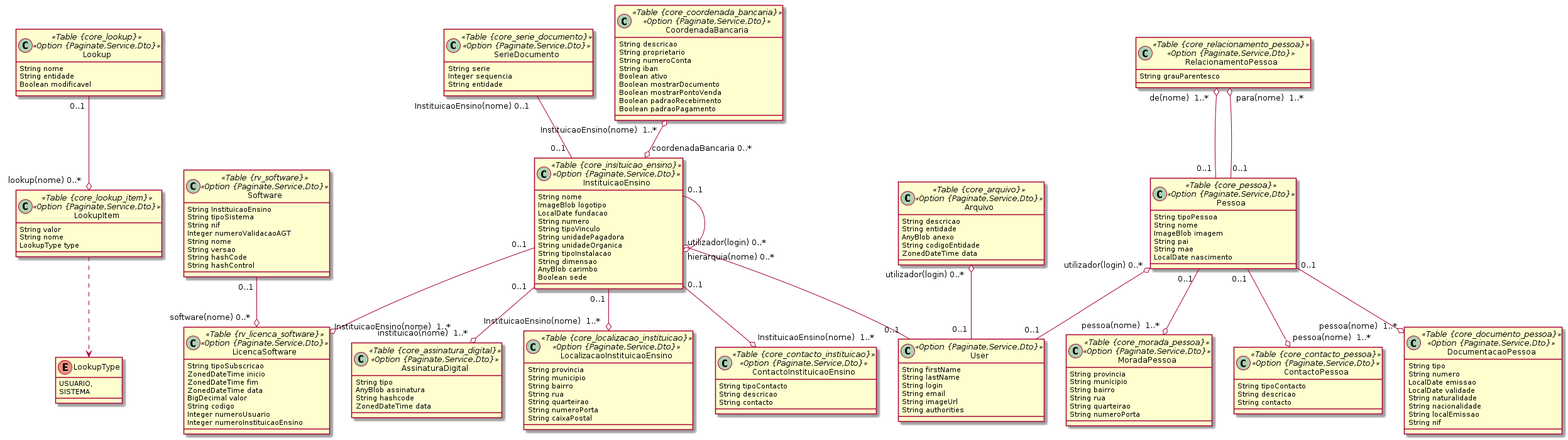
This is domain-ensino/1core.png from ravunana/manda-ensino, a PlantUML export, as it was before one commit.
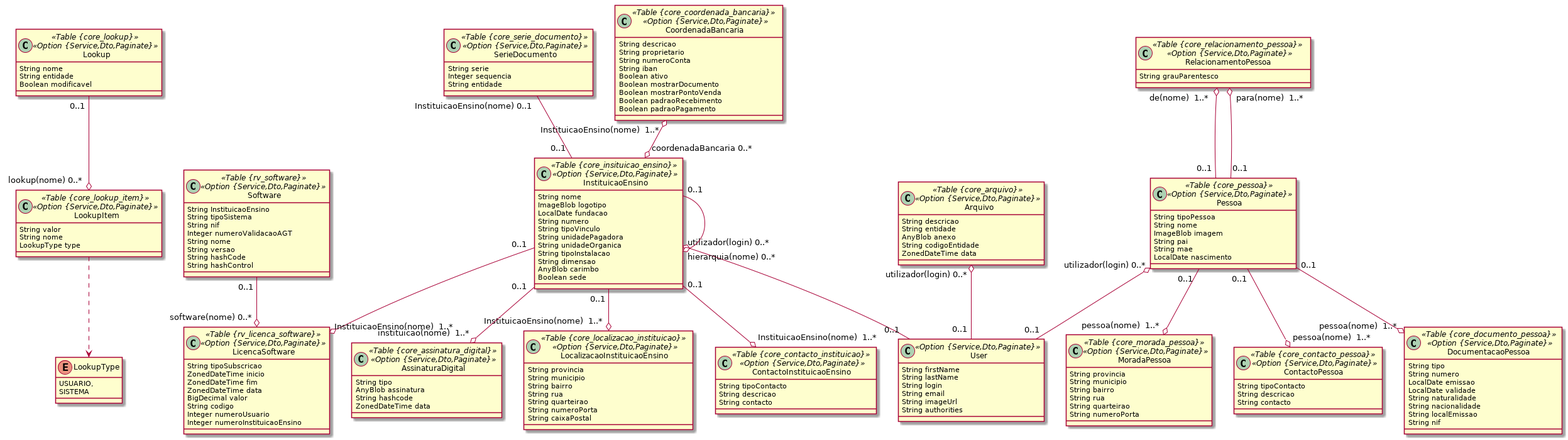
After the change.

Change to the diagram source:
```diff
@@ -4,12 +4,12 @@
 		USUARIO,
 		SISTEMA
 	}
-	class SerieDocumento <<Table {core_serie_documento}>><<Option {Paginate,Service,Dto}>> {
+	class SerieDocumento <<Table {core_serie_documento}>><<Option {Service,Dto,Paginate}>> {
 		String serie
 		Integer sequencia
 		String entidade
 	}
-	class Software <<Table {rv_software}>><<Option {Paginate,Service,Dto}>> {
+	class Software <<Table {rv_software}>><<Option {Service,Dto,Paginate}>> {
 		String InstituicaoEnsino
 		String tipoSistema
 		String nif
@@ -19,7 +19,7 @@
 		String hashCode
 		String hashControl
 	}
-	class LicencaSoftware <<Table {rv_licenca_software}>><<Option {Paginate,Service,Dto}>> {
+	class LicencaSoftware <<Table {rv_licenca_software}>><<Option {Service,Dto,Paginate}>> {
 		String tipoSubscricao
 		ZonedDateTime inicio
 		ZonedDateTime fim
@@ -29,18 +29,18 @@
 		Integer numeroUsuario
 		Integer numeroInstituicaoEnsino
 	}
-	class Lookup <<Table {core_lookup}>><<Option {Paginate,Service,Dto}>> {
+	class Lookup <<Table {core_lookup}>><<Option {Service,Dto,Paginate}>> {
 		String nome
 		String entidade
 		Boolean modificavel
 	}
-	class LookupItem <<Table {core_lookup_item}>><<Option {Paginate,Service,Dto}>> {
+	class LookupItem <<Table {core_lookup_item}>><<Option {Service,Dto,Paginate}>> {
 		String valor
 		String nome
 		LookupType type
 	}
 	LookupItem ..> LookupType
-	class MoradaPessoa <<Table {core_morada_pessoa}>><<Option {Paginate,Service,Dto}>> {
+	class MoradaPessoa <<Table {core_morada_pessoa}>><<Option {Service,Dto,Paginate}>> {
 		String provincia
 		String municipio
 		String bairro
@@ -48,12 +48,12 @@
 		String quarteirao
 		String numeroPorta
 	}
-	class ContactoPessoa <<Table {core_contacto_pessoa}>><<Option {Paginate,Service,Dto}>> {
+	class ContactoPessoa <<Table {core_contacto_pessoa}>><<Option {Service,Dto,Paginate}>> {
 		String tipoContacto
 		String descricao
 		String contacto
 	}
-	class Pessoa <<Table {core_pessoa}>><<Option {Paginate,Service,Dto}>> {
+	class Pessoa <<Table {core_pessoa}>><<Option {Service,Dto,Paginate}>> {
 		String tipoPessoa
 		String nome
 		ImageBlob imagem
@@ -61,7 +61,7 @@
 		String mae
 		LocalDate nascimento
 	}
-	class DocumentacaoPessoa <<Table {core_documento_pessoa}>><<Option {Paginate,Service,Dto}>> {
+	class DocumentacaoPessoa <<Table {core_documento_pessoa}>><<Option {Service,Dto,Paginate}>> {
 		String tipo
 		String numero
 		LocalDate emissao
@@ -71,10 +71,10 @@
 		String localEmissao
 		String nif
 	}
-	class RelacionamentoPessoa <<Table {core_relacionamento_pessoa}>><<Option {Paginate,Service,Dto}>> {
+	class RelacionamentoPessoa <<Table {core_relacionamento_pessoa}>><<Option {Service,Dto,Paginate}>> {
 		String grauParentesco
 	}
-	class InstituicaoEnsino <<Table {core_insituicao_ensino}>><<Option {Paginate,Service,Dto}>> {
+	class InstituicaoEnsino <<Table {core_insituicao_ensino}>><<Option {Service,Dto,Paginate}>> {
 		String nome
 		ImageBlob logotipo
 		LocalDate fundacao
@@ -87,13 +87,13 @@
 		AnyBlob carimbo
 		Boolean sede
 	}
-	class AssinaturaDigital <<Table {core_assinatura_digital}>><<Option {Paginate,Service,Dto}>> {
+	class AssinaturaDigital <<Table {core_assinatura_digital}>><<Option {Service,Dto,Paginate}>> {
 		String tipo
 		AnyBlob assinatura
 		String hashcode
 		ZonedDateTime data
 	}
-	class LocalizacaoInstituicaoEnsino <<Table {core_localizacao_instituicao}>><<Option {Paginate,Service,Dto}>> {
+	class LocalizacaoInstituicaoEnsino <<Table {core_localizacao_instituicao}>><<Option {Service,Dto,Paginate}>> {
 		String provincia
 		String municipio
 		String bairro
@@ -102,12 +102,12 @@
 		String numeroPorta
 		String caixaPostal
 	}
-	class ContactoInstituicaoEnsino <<Table {core_contacto_instituicao}>><<Option {Paginate,Service,Dto}>> {
+	class ContactoInstituicaoEnsino <<Table {core_contacto_instituicao}>><<Option {Service,Dto,Paginate}>> {
 		String tipoContacto
 		String descricao
 		String contacto
 	}
-	class CoordenadaBancaria <<Table {core_coordenada_bancaria}>><<Option {Paginate,Service,Dto}>> {
+	class CoordenadaBancaria <<Table {core_coordenada_bancaria}>><<Option {Service,Dto,Paginate}>> {
 		String descricao
 		String proprietario
 		String numeroConta
@@ -118,7 +118,7 @@
 		Boolean padraoRecebimento
 		Boolean padraoPagamento
 	}
-	class Arquivo <<Table {core_arquivo}>><<Option {Paginate,Service,Dto}>> {
+	class Arquivo <<Table {core_arquivo}>><<Option {Service,Dto,Paginate}>> {
 		String descricao
 		String entidade
 		AnyBlob anexo
@@ -142,7 +142,7 @@
 	InstituicaoEnsino  "0..1 " --o "instituicao(nome)  1..* "  AssinaturaDigital
 	CoordenadaBancaria  "InstituicaoEnsino(nome)  1..* " o--o "coordenadaBancaria 0..* "  InstituicaoEnsino
 	SerieDocumento  "InstituicaoEnsino(nome) 0..1 " -- "0..1 "  InstituicaoEnsino
-	class User <<Option {Paginate,Service,Dto}>> {
+	class User <<Option {Service,Dto,Paginate}>> {
 		String firstName
 		String lastName
 		String login
```
